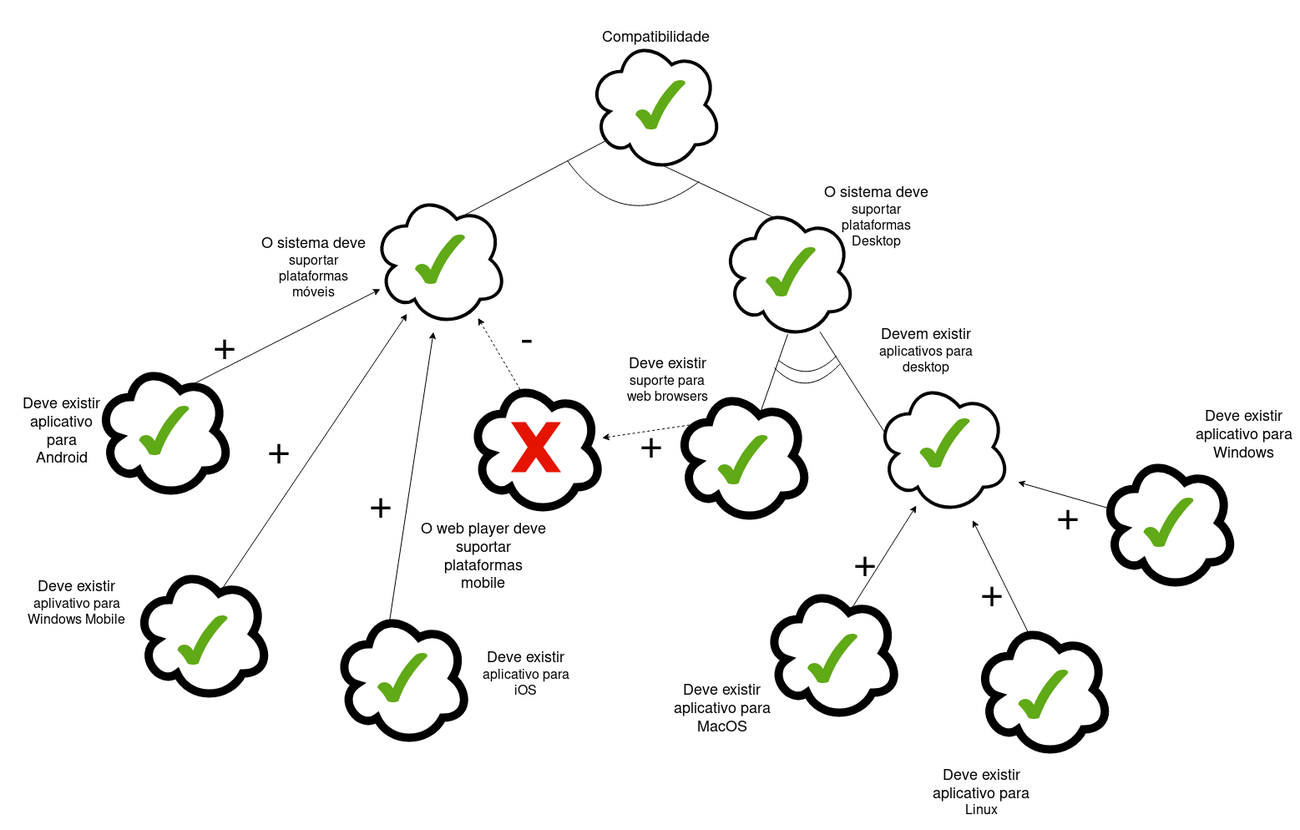
This is docs/assets/images/NFR/NFR-Compatibilidade.png from Requisitos-de-Software/2019.2-Deezer, a draw.io export, as it was before one commit. Source tidied: cells renumbered, new cells last; positions are measured from the earlier drawing's top-left corner, leaving out a move shared by most shapes.
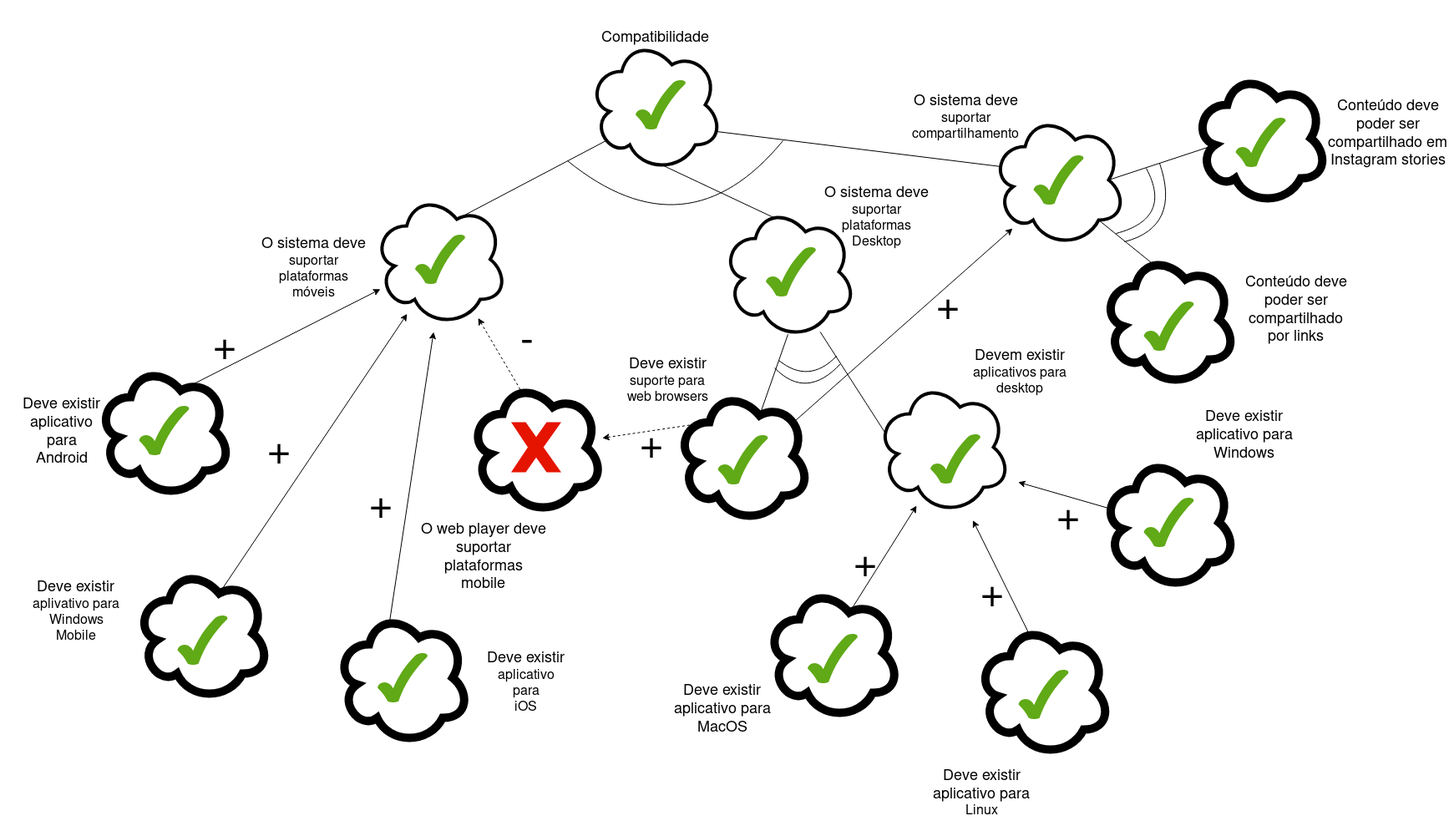
The same file after the commit.

Commit message:
Adding compatibility diagramn without propagation and adding sharing to compatibility diagram.

Change to the diagram source:
```diff
@@ -2,6 +2,9 @@
   <root>
     <mxCell id="0" />
     <mxCell id="1" parent="0" />
+    <mxCell id="62" value="&lt;font style=&quot;font-size: 48px&quot;&gt;+&lt;/font&gt;" style="text;html=1;strokeColor=none;fillColor=none;align=center;verticalAlign=middle;whiteSpace=wrap;rounded=0;labelBackgroundColor=#ffffff;fontSize=100;gradientColor=#ffffff;" parent="1" vertex="1">
+      <mxGeometry x="1092" y="343" width="83" height="27" as="geometry" />
+    </mxCell>
     <mxCell id="2" value="&lt;font style=&quot;font-size: 48px&quot;&gt;+&lt;/font&gt;" style="text;html=1;strokeColor=none;fillColor=none;align=center;verticalAlign=middle;whiteSpace=wrap;rounded=0;labelBackgroundColor=#ffffff;fontSize=100;" parent="1" vertex="1">
       <mxGeometry x="291.5" y="481.5" width="83" height="97" as="geometry" />
     </mxCell>
@@ -52,6 +55,11 @@
     <mxCell id="17" style="edgeStyle=none;rounded=0;jettySize=auto;html=1;exitX=0.625;exitY=0.2;exitDx=0;exitDy=0;exitPerimeter=0;entryX=0.494;entryY=0.967;entryDx=0;entryDy=0;entryPerimeter=0;endArrow=none;endFill=0;fontSize=14;" parent="1" edge="1" source="18" target="42">
       <mxGeometry relative="1" as="geometry" />
     </mxCell>
+    <mxCell id="63" style="edgeStyle=none;rounded=0;jettySize=auto;html=1;exitX=0.88;exitY=0.25;exitDx=0;exitDy=0;exitPerimeter=0;endArrow=classic;endFill=1;" parent="1" edge="1" source="18">
+      <mxGeometry relative="1" as="geometry">
+        <mxPoint x="1212" y="273" as="targetPoint" />
+      </mxGeometry>
+    </mxCell>
     <mxCell id="18" style="ellipse;shape=cloud;strokeWidth=10;fontSize=14;whiteSpace=wrap;html=1;align=center;" parent="1" vertex="1">
       <mxGeometry x="809" y="465" width="160" height="160" as="geometry" />
     </mxCell>
@@ -130,9 +138,9 @@
     <mxCell id="41" style="curved=1;endArrow=none;html=1;endFill=0;" parent="1" edge="1">
       <mxGeometry relative="1" as="geometry">
         <mxPoint x="679" y="192" as="sourcePoint" />
-        <mxPoint x="837" y="217" as="targetPoint" />
+        <mxPoint x="937" y="168" as="targetPoint" />
         <Array as="points">
-          <mxPoint x="746" y="285" />
+          <mxPoint x="822" y="308" />
         </Array>
       </mxGeometry>
     </mxCell>
@@ -148,7 +156,7 @@
       <mxGeometry x="1319" y="545" width="160" height="160" as="geometry" />
     </mxCell>
     <mxCell id="45" value="&lt;div&gt;&lt;font style=&quot;font-size: 18px&quot;&gt;Devem existir&lt;/font&gt;&lt;/div&gt;&lt;div&gt;&lt;font size=&quot;3&quot;&gt;aplicativos para desktop&lt;/font&gt;&lt;/div&gt;" style="text;html=1;strokeColor=none;fillColor=none;align=center;verticalAlign=middle;whiteSpace=wrap;rounded=0;" parent="1" vertex="1">
-      <mxGeometry x="1049" y="375" width="120" height="90" as="geometry" />
+      <mxGeometry x="1161" y="400" width="120" height="90" as="geometry" />
     </mxCell>
     <mxCell id="46" style="curved=1;endArrow=none;html=1;endFill=0;" parent="1" edge="1">
       <mxGeometry relative="1" as="geometry">
@@ -178,9 +186,6 @@
     <mxCell id="51" style="verticalLabelPosition=bottom;verticalAlign=top;html=1;shape=mxgraph.basic.tick;strokeWidth=4;fontSize=14;fillColor=#60a917;strokeColor=none;fontColor=#ffffff;" parent="1" vertex="1">
       <mxGeometry x="966.5" y="758" width="60" height="60" as="geometry" />
     </mxCell>
-    <mxCell id="52" style="verticalLabelPosition=bottom;verticalAlign=top;html=1;shape=mxgraph.basic.tick;strokeWidth=4;fontSize=14;fillColor=#60a917;strokeColor=none;fontColor=#ffffff;" parent="1" vertex="1">
-      <mxGeometry x="1101" y="500" width="60" height="60" as="geometry" />
-    </mxCell>
     <mxCell id="53" style="verticalLabelPosition=bottom;verticalAlign=top;html=1;shape=mxgraph.basic.tick;strokeWidth=4;fontSize=14;fillColor=#60a917;strokeColor=none;fontColor=#ffffff;" parent="1" vertex="1">
       <mxGeometry x="1369" y="595" width="60" height="60" as="geometry" />
     </mxCell>
@@ -214,5 +219,62 @@
     <mxCell id="61" style="edgeStyle=none;rounded=0;orthogonalLoop=1;jettySize=auto;html=1;exitX=0.5;exitY=1;exitDx=0;exitDy=0;endArrow=classic;endFill=1;fontSize=14;" parent="1" edge="1" source="7" target="7">
       <mxGeometry relative="1" as="geometry" />
     </mxCell>
+    <mxCell id="64" style="edgeStyle=none;rounded=0;jettySize=auto;html=1;exitX=0.07;exitY=0.4;exitDx=0;exitDy=0;exitPerimeter=0;entryX=0.96;entryY=0.7;entryDx=0;entryDy=0;entryPerimeter=0;endArrow=none;endFill=0;" parent="1" edge="1" source="67" target="9">
+      <mxGeometry relative="1" as="geometry" />
+    </mxCell>
+    <mxCell id="65" style="edgeStyle=none;rounded=0;jettySize=auto;html=1;exitX=0.875;exitY=0.5;exitDx=0;exitDy=0;exitPerimeter=0;entryX=0.16;entryY=0.55;entryDx=0;entryDy=0;entryPerimeter=0;endArrow=none;endFill=0;" parent="1" edge="1" source="67" target="69">
+      <mxGeometry relative="1" as="geometry" />
+    </mxCell>
+    <mxCell id="66" style="edgeStyle=none;rounded=0;jettySize=auto;html=1;exitX=0.8;exitY=0.8;exitDx=0;exitDy=0;exitPerimeter=0;entryX=0.4;entryY=0.1;entryDx=0;entryDy=0;entryPerimeter=0;endArrow=none;endFill=0;" parent="1" edge="1" source="67" target="70">
+      <mxGeometry relative="1" as="geometry" />
+    </mxCell>
+    <mxCell id="67" style="ellipse;shape=cloud;strokeWidth=4;fontSize=14;whiteSpace=wrap;html=1;align=center;fontStyle=0;" parent="1" vertex="1">
+      <mxGeometry x="1187" y="135" width="160" height="160" as="geometry" />
+    </mxCell>
+    <mxCell id="68" value="&lt;div&gt;&lt;font style=&quot;font-size: 18px&quot;&gt;O sistema deve&lt;/font&gt;&lt;/div&gt;&lt;div&gt;&lt;font size=&quot;3&quot;&gt;suportar compartilhamento&lt;br&gt;&lt;/font&gt;&lt;/div&gt;" style="text;html=1;strokeColor=none;fillColor=none;align=center;verticalAlign=middle;whiteSpace=wrap;rounded=0;" parent="1" vertex="1">
+      <mxGeometry x="1083.5" y="95" width="145" height="90" as="geometry" />
+    </mxCell>
+    <mxCell id="69" style="ellipse;shape=cloud;strokeWidth=10;fontSize=14;whiteSpace=wrap;html=1;align=center;" parent="1" vertex="1">
+      <mxGeometry x="1429" y="85" width="160" height="160" as="geometry" />
+    </mxCell>
+    <mxCell id="70" style="ellipse;shape=cloud;strokeWidth=10;fontSize=14;whiteSpace=wrap;html=1;align=center;" parent="1" vertex="1">
+      <mxGeometry x="1319" y="302" width="160" height="160" as="geometry" />
+    </mxCell>
+    <mxCell id="71" style="curved=1;endArrow=none;html=1;endFill=0;" parent="1" edge="1">
+      <mxGeometry relative="1" as="geometry">
+        <mxPoint x="1336" y="279" as="sourcePoint" />
+        <mxPoint x="1372" y="201" as="targetPoint" />
+        <Array as="points">
+          <mxPoint x="1404" y="261" />
+        </Array>
+      </mxGeometry>
+    </mxCell>
+    <mxCell id="72" style="curved=1;endArrow=none;html=1;endFill=0;" parent="1" edge="1">
+      <mxGeometry relative="1" as="geometry">
+        <mxPoint x="1346" y="289" as="sourcePoint" />
+        <mxPoint x="1388" y="195" as="targetPoint" />
+        <Array as="points">
+          <mxPoint x="1414" y="271" />
+        </Array>
+      </mxGeometry>
+    </mxCell>
+    <mxCell id="73" value="&lt;div&gt;&lt;font style=&quot;font-size: 18px&quot;&gt;Conteúdo deve poder ser compartilhado em Instagram stories&lt;/font&gt;&lt;/div&gt;" style="text;html=1;strokeColor=none;fillColor=none;align=center;verticalAlign=middle;whiteSpace=wrap;rounded=0;" parent="1" vertex="1">
+      <mxGeometry x="1589" y="125" width="145" height="90" as="geometry" />
+    </mxCell>
+    <mxCell id="74" value="&lt;div&gt;&lt;font style=&quot;font-size: 18px&quot;&gt;Conteúdo deve poder ser compartilhado por links&lt;br&gt;&lt;/font&gt;&lt;/div&gt;" style="text;html=1;strokeColor=none;fillColor=none;align=center;verticalAlign=middle;whiteSpace=wrap;rounded=0;" parent="1" vertex="1">
+      <mxGeometry x="1479" y="325" width="145" height="90" as="geometry" />
+    </mxCell>
+    <mxCell id="75" style="verticalLabelPosition=bottom;verticalAlign=top;html=1;shape=mxgraph.basic.tick;strokeWidth=4;fontSize=14;fillColor=#60a917;strokeColor=none;fontColor=#ffffff;" parent="1" vertex="1">
+      <mxGeometry x="1113.5" y="519" width="60" height="60" as="geometry" />
+    </mxCell>
+    <mxCell id="52" style="verticalLabelPosition=bottom;verticalAlign=top;html=1;shape=mxgraph.basic.tick;strokeWidth=4;fontSize=14;fillColor=#60a917;strokeColor=none;fontColor=#ffffff;" parent="1" vertex="1">
+      <mxGeometry x="1479" y="140" width="60" height="60" as="geometry" />
+    </mxCell>
+    <mxCell id="76" style="verticalLabelPosition=bottom;verticalAlign=top;html=1;shape=mxgraph.basic.tick;strokeWidth=4;fontSize=14;fillColor=#60a917;strokeColor=none;fontColor=#ffffff;" parent="1" vertex="1">
+      <mxGeometry x="1369" y="360" width="60" height="60" as="geometry" />
+    </mxCell>
+    <mxCell id="77" style="verticalLabelPosition=bottom;verticalAlign=top;html=1;shape=mxgraph.basic.tick;strokeWidth=4;fontSize=14;fillColor=#60a917;strokeColor=none;fontColor=#ffffff;" parent="1" vertex="1">
+      <mxGeometry x="1237" y="185" width="60" height="60" as="geometry" />
+    </mxCell>
   </root>
 </mxGraphModel>
```
